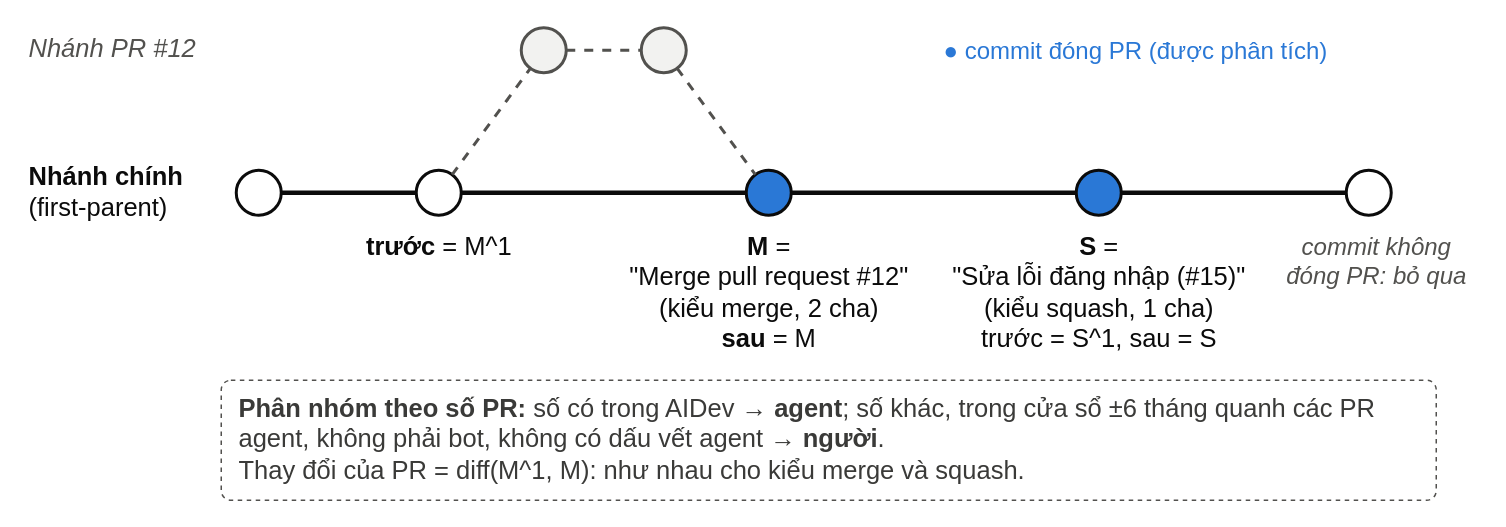
Earlier version of the draw.io diagram results/figures/src/fig_pr_identification.drawio (Russell1817/XOI-MON-KIEN-TRUC-DO-AI-AGENT). Source tidied: cells renumbered, new cells numbered last; positions are measured from the earlier drawing's top-left corner, leaving out a move shared by most shapes. Both pictures are drawn from the tidied source at 150%, with x=0, y=0 at pixel (26, 27).
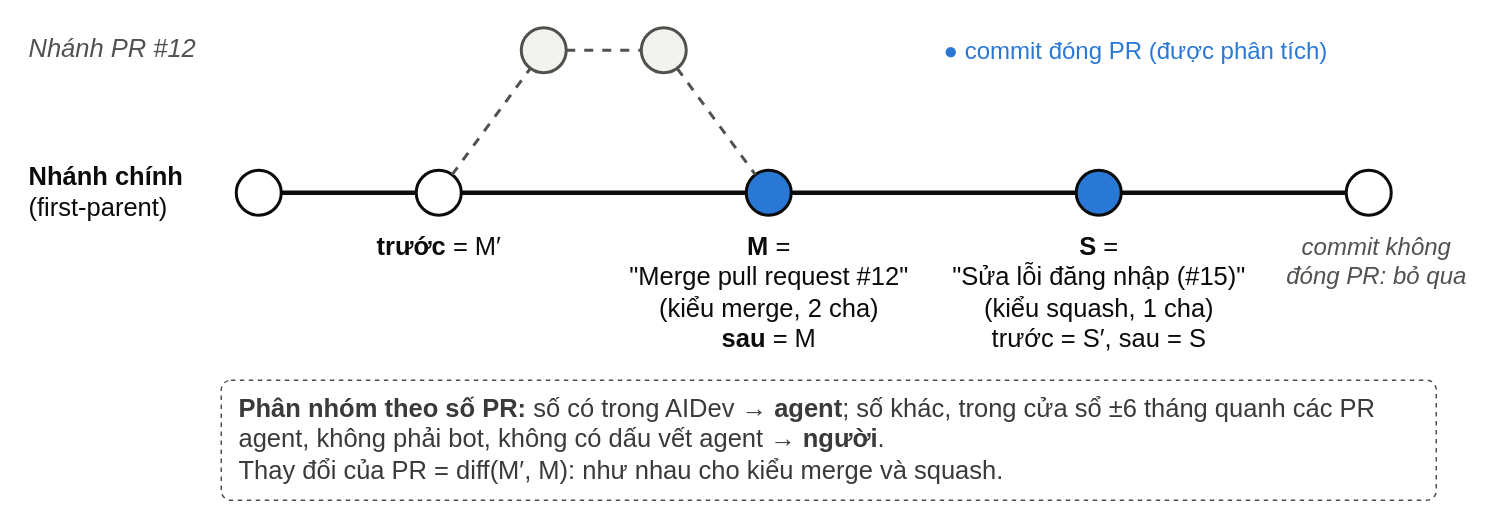
After the change.

Diff of the diagram source:
```diff
@@
-    <mxCell id="18" value="&lt;b&gt;trước&lt;/b&gt; = M^1" style="text;html=1;align=center;verticalAlign=top;fontFamily=Arial;fontSize=17;fontColor=#0B0B0B;" parent="1" vertex="1">
+    <mxCell id="18" value="&lt;b&gt;trước&lt;/b&gt; = M′" style="text;html=1;align=center;verticalAlign=top;fontFamily=Arial;fontSize=17;fontColor=#0B0B0B;" parent="1" vertex="1">
       <mxGeometry x="205" y="130" width="140" height="26" as="geometry" />
     </mxCell>
@@
-    <mxCell id="20" value="&lt;b&gt;S&lt;/b&gt; =&lt;br&gt;&quot;Sửa lỗi đăng nhập (#15)&quot;&lt;br&gt;(kiểu squash, 1 cha)&lt;br&gt;trước = S^1, sau = S" style="text;html=1;align=center;verticalAlign=top;fontFamily=Arial;fontSize=17;fontColor=#0B0B0B;" parent="1" vertex="1">
+    <mxCell id="20" value="&lt;b&gt;S&lt;/b&gt; =&lt;br&gt;&quot;Sửa lỗi đăng nhập (#15)&quot;&lt;br&gt;(kiểu squash, 1 cha)&lt;br&gt;trước = S′, sau = S" style="text;html=1;align=center;verticalAlign=top;fontFamily=Arial;fontSize=17;fontColor=#0B0B0B;" parent="1" vertex="1">
       <mxGeometry x="600" y="130" width="230" height="86" as="geometry" />
     </mxCell>
@@
-    <mxCell id="22" value="&lt;b&gt;Phân nhóm theo số PR:&lt;/b&gt; số có trong AIDev → &lt;b&gt;agent&lt;/b&gt;; số khác, trong cửa sổ ±6 tháng quanh các PR agent, không phải bot, không có dấu vết agent → &lt;b&gt;người&lt;/b&gt;.&lt;br&gt;Thay đổi của PR = diff(M^1, M): như nhau cho kiểu merge và squash." style="rounded=1;whiteSpace=wrap;html=1;arcSize=8;fillColor=#FFFFFF;strokeColor=#52514E;dashed=1;fontFamily=Arial;fontSize=17;fontColor=#3A3A38;align=left;spacingLeft=10;" parent="1" vertex="1">
+    <mxCell id="22" value="&lt;b&gt;Phân nhóm theo số PR:&lt;/b&gt; số có trong AIDev → &lt;b&gt;agent&lt;/b&gt;; số khác, trong cửa sổ ±6 tháng quanh các PR agent, không phải bot, không có dấu vết agent → &lt;b&gt;người&lt;/b&gt;.&lt;br&gt;Thay đổi của PR = diff(M′, M): như nhau cho kiểu merge và squash." style="rounded=1;whiteSpace=wrap;html=1;arcSize=8;fillColor=#FFFFFF;strokeColor=#52514E;dashed=1;fontFamily=Arial;fontSize=17;fontColor=#3A3A38;align=left;spacingLeft=10;" parent="1" vertex="1">
       <mxGeometry x="130" y="235" width="810" height="80" as="geometry" />
     </mxCell>
```
